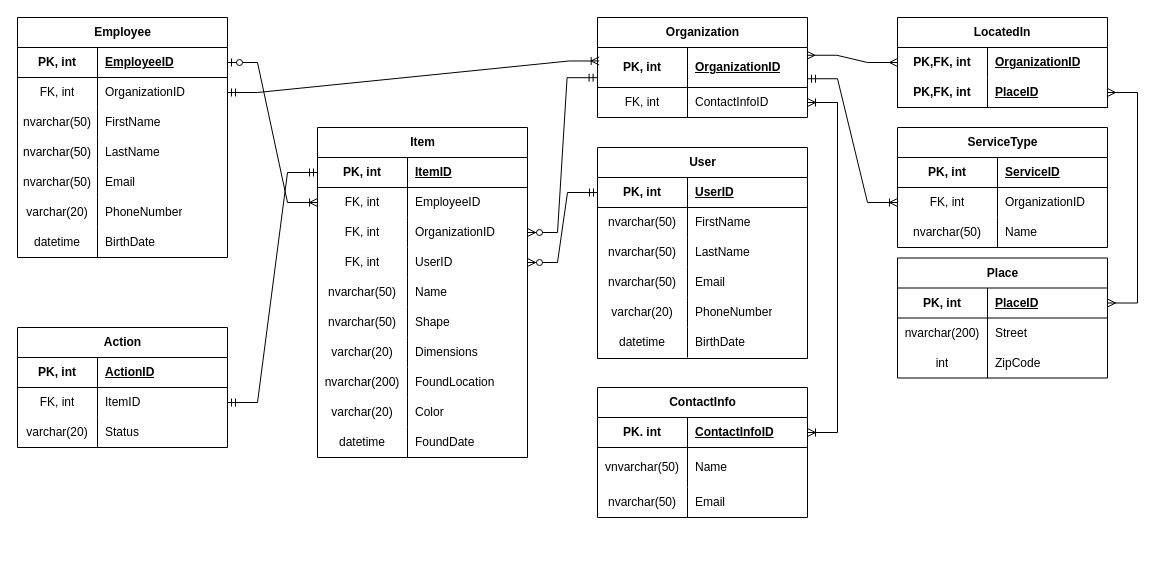
igor2080/db1_large_project keeps this draw.io diagram as physical model.drawio. Above is the earlier version. Source tidied: cells renumbered, new cells numbered last; positions are measured from the earlier drawing's top-left corner, leaving out a move shared by most shapes. Both pictures are drawn from the tidied source at 100%, with x=0, y=0 at pixel (17, 17).
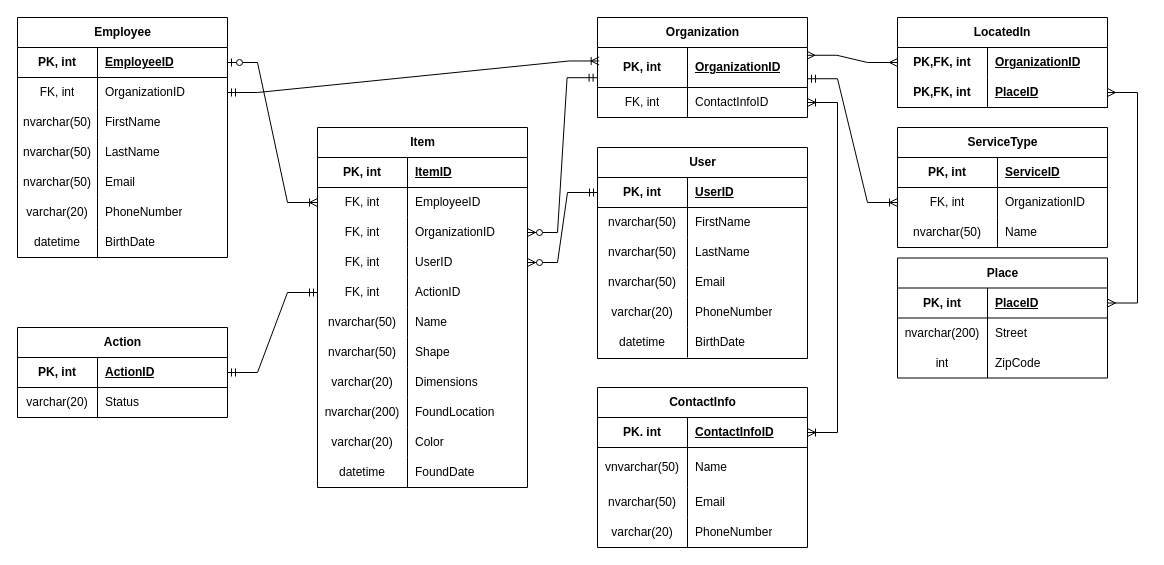
The same diagram, later.

The change refers to these unchanged cells:
```xml
<mxCell id="25" style="shape=tableRow;horizontal=0;startSize=0;swimlaneHead=0;swimlaneBody=0;fillColor=none;points=[[0,0.5],[1,0.5]];portConstraint=eastwest;top=0;left=0;right=0;bottom=1;" parent="24" vertex="1">
  <mxGeometry y="30" width="210" height="30" as="geometry" />
</mxCell>
```

Change to the diagram source:
```diff
@@
     <mxCell id="24" value="Item" style="shape=table;startSize=30;childLayout=tableLayout;rowLines=0;fontStyle=1;align=center;html=1;" parent="1" vertex="1">
-      <mxGeometry x="300" y="110" width="210" height="330" as="geometry" />
+      <mxGeometry x="300" y="110" width="210" height="360" as="geometry" />
     </mxCell>
@@
+    <mxCell id="137" style="shape=tableRow;horizontal=0;startSize=0;swimlaneHead=0;swimlaneBody=0;fillColor=none;points=[[0,0.5],[1,0.5]];portConstraint=eastwest;top=0;left=0;right=0;bottom=0;" parent="24" vertex="1">
+      <mxGeometry y="150" width="210" height="30" as="geometry" />
+    </mxCell>
+    <mxCell id="61" value="FK, int" style="shape=partialRectangle;fillColor=none;top=0;left=0;bottom=0;right=0;overflow=hidden;whiteSpace=wrap;html=1;" parent="137" vertex="1">
+      <mxGeometry width="90" height="30" as="geometry" />
+    </mxCell>
+    <mxCell id="138" value="ActionID" style="shape=partialRectangle;fillColor=none;top=0;left=0;bottom=0;right=0;align=left;spacingLeft=6;overflow=hidden;whiteSpace=wrap;html=1;" parent="137" vertex="1">
+      <mxGeometry x="90" width="120" height="30" as="geometry" />
+    </mxCell>
     <mxCell id="37" style="shape=tableRow;horizontal=0;startSize=0;swimlaneHead=0;swimlaneBody=0;fillColor=none;top=0;left=0;right=0;bottom=0;" parent="24" vertex="1">
-      <mxGeometry y="150" width="210" height="30" as="geometry" />
+      <mxGeometry y="180" width="210" height="30" as="geometry" />
     </mxCell>
@@
     <mxCell id="40" style="shape=tableRow;horizontal=0;startSize=0;swimlaneHead=0;swimlaneBody=0;fillColor=none;top=0;left=0;right=0;bottom=0;" parent="24" vertex="1">
-      <mxGeometry y="180" width="210" height="30" as="geometry" />
+      <mxGeometry y="210" width="210" height="30" as="geometry" />
     </mxCell>
@@
     <mxCell id="43" style="shape=tableRow;horizontal=0;startSize=0;swimlaneHead=0;swimlaneBody=0;fillColor=none;top=0;left=0;right=0;bottom=0;" parent="24" vertex="1">
-      <mxGeometry y="210" width="210" height="30" as="geometry" />
+      <mxGeometry y="240" width="210" height="30" as="geometry" />
     </mxCell>
@@
     <mxCell id="46" style="shape=tableRow;horizontal=0;startSize=0;swimlaneHead=0;swimlaneBody=0;fillColor=none;top=0;left=0;right=0;bottom=0;" parent="24" vertex="1">
-      <mxGeometry y="240" width="210" height="30" as="geometry" />
+      <mxGeometry y="270" width="210" height="30" as="geometry" />
     </mxCell>
@@
     <mxCell id="49" style="shape=tableRow;horizontal=0;startSize=0;swimlaneHead=0;swimlaneBody=0;fillColor=none;top=0;left=0;right=0;bottom=0;" parent="24" vertex="1">
-      <mxGeometry y="270" width="210" height="30" as="geometry" />
+      <mxGeometry y="300" width="210" height="30" as="geometry" />
     </mxCell>
@@
     <mxCell id="52" style="shape=tableRow;horizontal=0;startSize=0;swimlaneHead=0;swimlaneBody=0;fillColor=none;top=0;left=0;right=0;bottom=0;" parent="24" vertex="1">
-      <mxGeometry y="300" width="210" height="30" as="geometry" />
+      <mxGeometry y="330" width="210" height="30" as="geometry" />
     </mxCell>
@@
     <mxCell id="56" value="Action" style="shape=table;startSize=30;childLayout=tableLayout;rowLines=0;fontStyle=1;align=center;html=1;" parent="1" vertex="1">
-      <mxGeometry y="310" width="210" height="120" as="geometry" />
+      <mxGeometry y="310" width="210" height="90" as="geometry" />
     </mxCell>
@@
-    <mxCell id="60" style="shape=tableRow;horizontal=0;startSize=0;swimlaneHead=0;swimlaneBody=0;fillColor=none;points=[[0,0.5],[1,0.5]];portConstraint=eastwest;top=0;left=0;right=0;bottom=0;" parent="56" vertex="1">
-      <mxGeometry y="60" width="210" height="30" as="geometry" />
-    </mxCell>
-    <mxCell id="61" value="FK, int" style="shape=partialRectangle;fillColor=none;top=0;left=0;bottom=0;right=0;overflow=hidden;whiteSpace=wrap;html=1;" parent="60" vertex="1">
-      <mxGeometry width="80" height="30" as="geometry" />
-    </mxCell>
-    <mxCell id="62" value="ItemID" style="shape=partialRectangle;fillColor=none;top=0;left=0;bottom=0;right=0;align=left;spacingLeft=6;overflow=hidden;whiteSpace=wrap;html=1;" parent="60" vertex="1">
-      <mxGeometry x="80" width="130" height="30" as="geometry" />
-    </mxCell>
     <mxCell id="63" style="shape=tableRow;horizontal=0;startSize=0;swimlaneHead=0;swimlaneBody=0;fillColor=none;top=0;left=0;right=0;bottom=0;" parent="56" vertex="1">
-      <mxGeometry y="90" width="210" height="30" as="geometry" />
+      <mxGeometry y="60" width="210" height="30" as="geometry" />
     </mxCell>
@@
-    <mxCell id="66" style="edgeStyle=entityRelationEdgeStyle;fontSize=12;html=1;endArrow=ERmandOne;startArrow=ERmandOne;rounded=0;" parent="1" edge="1" source="60" target="25">
+    <mxCell id="66" style="edgeStyle=entityRelationEdgeStyle;fontSize=12;html=1;endArrow=ERmandOne;startArrow=ERmandOne;rounded=0;" parent="1" edge="1" source="56" target="137">
       <mxGeometry relative="1" as="geometry" />
     </mxCell>
@@
     <mxCell id="96" value="ContactInfo" style="shape=table;startSize=30;childLayout=tableLayout;rowLines=0;fontStyle=1;align=center;html=1;" parent="1" vertex="1">
-      <mxGeometry x="580" y="370" width="210" height="130" as="geometry" />
+      <mxGeometry x="580" y="370" width="210" height="160" as="geometry" />
     </mxCell>
@@
+    <mxCell id="139" style="shape=tableRow;horizontal=0;startSize=0;swimlaneHead=0;swimlaneBody=0;fillColor=none;top=0;left=0;right=0;bottom=0;" parent="96" vertex="1">
+      <mxGeometry y="130" width="210" height="30" as="geometry" />
+    </mxCell>
+    <mxCell id="140" value="varchar(20)" style="shape=partialRectangle;fillColor=none;top=0;left=0;bottom=0;right=0;overflow=hidden;whiteSpace=wrap;html=1;" parent="139" vertex="1">
+      <mxGeometry width="90" height="30" as="geometry" />
+    </mxCell>
+    <mxCell id="141" value="PhoneNumber" style="shape=partialRectangle;fillColor=none;top=0;left=0;bottom=0;right=0;align=left;spacingLeft=6;overflow=hidden;whiteSpace=wrap;html=1;" parent="139" vertex="1">
+      <mxGeometry x="90" width="120" height="30" as="geometry" />
+    </mxCell>
```
